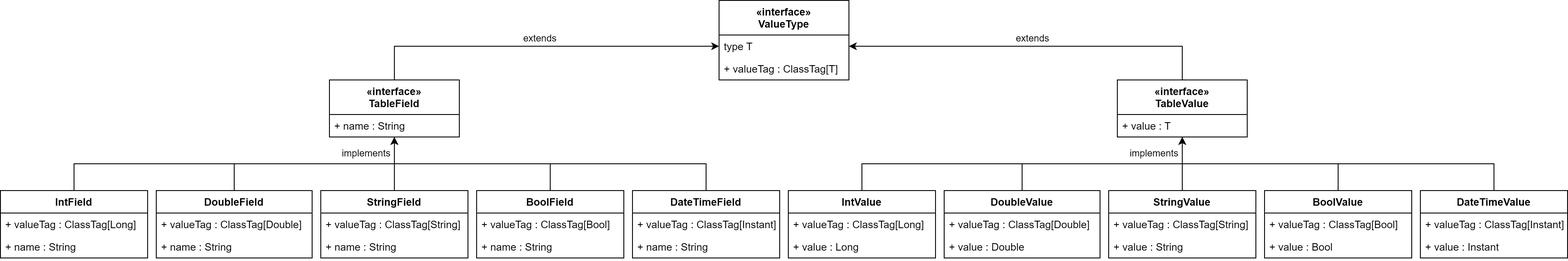
The draw.io diagram report/chapters/diagrams/implementation/type-system-hierarchy.png in oliver-little/final-year-project, before a commit. Source tidied: cells renumbered, new cells last; positions are measured from the earlier drawing's top-left corner, leaving out a move shared by most shapes.
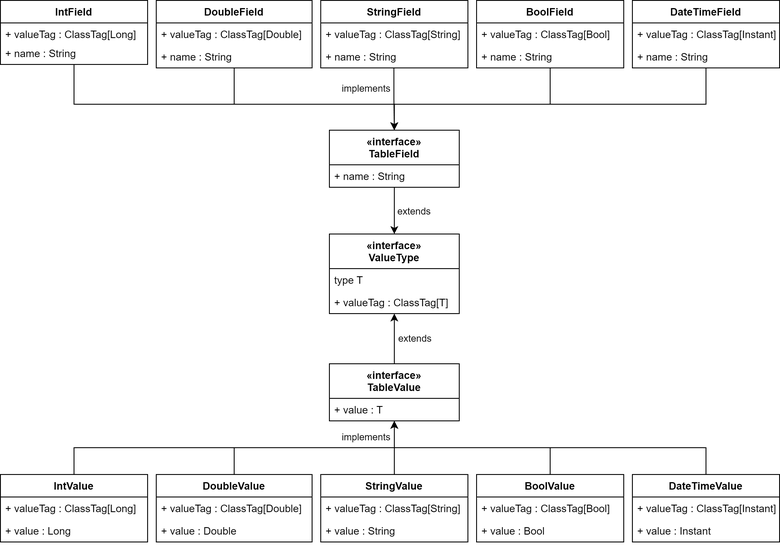
The same diagram one commit later.

Change to the diagram source:
```diff
@@ -11,20 +11,20 @@
     <mxCell id="4" value="+ valueTag : ClassTag[T]" style="text;strokeColor=none;fillColor=none;align=left;verticalAlign=top;spacingLeft=4;spacingRight=4;overflow=hidden;" parent="2" vertex="1">
       <mxGeometry y="66" width="150" height="26" as="geometry" />
     </mxCell>
-    <mxCell id="5" value="extends" style="edgeStyle=orthogonalEdgeStyle;rounded=0;jettySize=auto;html=1;exitX=0.5;exitY=0;exitDx=0;exitDy=0;labelPosition=center;verticalLabelPosition=top;align=center;verticalAlign=bottom;" parent="1" edge="1" source="6" target="3">
+    <mxCell id="5" value="extends" style="edgeStyle=orthogonalEdgeStyle;rounded=0;jettySize=auto;html=1;labelPosition=right;verticalLabelPosition=middle;align=left;verticalAlign=middle;entryX=0.5;entryY=0;entryDx=0;entryDy=0;spacing=4;" parent="1" edge="1" source="6" target="2">
       <mxGeometry relative="1" as="geometry" />
     </mxCell>
     <mxCell id="6" value="«interface»&#10;TableField" style="swimlane;fontStyle=1;horizontal=1;startSize=40;fillColor=none;" parent="1" vertex="1">
-      <mxGeometry x="380" y="92" width="150" height="66" as="geometry" />
+      <mxGeometry x="830" y="-120" width="150" height="66" as="geometry" />
     </mxCell>
     <mxCell id="7" value="+ name : String" style="text;strokeColor=none;fillColor=none;align=left;verticalAlign=top;spacingLeft=4;spacingRight=4;overflow=hidden;" parent="6" vertex="1">
       <mxGeometry y="40" width="150" height="26" as="geometry" />
     </mxCell>
-    <mxCell id="8" value="extends" style="edgeStyle=orthogonalEdgeStyle;rounded=0;jettySize=auto;html=1;exitX=0.5;exitY=0;exitDx=0;exitDy=0;entryX=1;entryY=0.5;entryDx=0;entryDy=0;labelPosition=center;verticalLabelPosition=top;align=center;verticalAlign=bottom;" parent="1" edge="1" source="9" target="3">
+    <mxCell id="8" value="extends" style="edgeStyle=orthogonalEdgeStyle;rounded=0;jettySize=auto;html=1;exitX=0.5;exitY=0;exitDx=0;exitDy=0;labelPosition=right;verticalLabelPosition=middle;align=left;verticalAlign=middle;spacing=5;" parent="1" edge="1" source="9" target="2">
       <mxGeometry relative="1" as="geometry" />
     </mxCell>
     <mxCell id="9" value="«interface»&#10;TableValue" style="swimlane;fontStyle=1;horizontal=1;startSize=40;fillColor=none;" parent="1" vertex="1">
-      <mxGeometry x="1290" y="92" width="150" height="66" as="geometry" />
+      <mxGeometry x="830" y="150" width="150" height="66" as="geometry" />
     </mxCell>
     <mxCell id="10" value="+ value : T" style="text;strokeColor=none;fillColor=none;align=left;verticalAlign=top;spacingLeft=4;spacingRight=4;overflow=hidden;" parent="9" vertex="1">
       <mxGeometry y="40" width="150" height="26" as="geometry" />
@@ -33,7 +33,7 @@
       <mxGeometry relative="1" as="geometry" />
     </mxCell>
     <mxCell id="12" value="IntValue" style="swimlane;fontStyle=1;horizontal=1;startSize=26;fillColor=none;" parent="1" vertex="1">
-      <mxGeometry x="910" y="220" width="170" height="78" as="geometry" />
+      <mxGeometry x="450" y="278" width="170" height="78" as="geometry" />
     </mxCell>
     <mxCell id="13" value="+ valueTag : ClassTag[Long]" style="text;strokeColor=none;fillColor=none;align=left;verticalAlign=top;spacingLeft=4;spacingRight=4;overflow=hidden;" parent="12" vertex="1">
       <mxGeometry y="26" width="170" height="26" as="geometry" />
@@ -45,7 +45,7 @@
       <mxGeometry relative="1" as="geometry" />
     </mxCell>
     <mxCell id="16" value="DoubleValue" style="swimlane;fontStyle=1;horizontal=1;startSize=26;fillColor=none;" parent="1" vertex="1">
-      <mxGeometry x="1090" y="220" width="180" height="78" as="geometry" />
+      <mxGeometry x="630" y="278" width="180" height="78" as="geometry" />
     </mxCell>
     <mxCell id="17" value="+ valueTag : ClassTag[Double]" style="text;strokeColor=none;fillColor=none;align=left;verticalAlign=top;spacingLeft=4;spacingRight=4;overflow=hidden;" parent="16" vertex="1">
       <mxGeometry y="26" width="180" height="26" as="geometry" />
@@ -57,7 +57,7 @@
       <mxGeometry relative="1" as="geometry" />
     </mxCell>
     <mxCell id="20" value="StringValue" style="swimlane;fontStyle=1;horizontal=1;startSize=26;fillColor=none;" parent="1" vertex="1">
-      <mxGeometry x="1280" y="220" width="170" height="78" as="geometry" />
+      <mxGeometry x="820" y="278" width="170" height="78" as="geometry" />
     </mxCell>
     <mxCell id="21" value="+ valueTag : ClassTag[String]" style="text;strokeColor=none;fillColor=none;align=left;verticalAlign=top;spacingLeft=4;spacingRight=4;overflow=hidden;" parent="20" vertex="1">
       <mxGeometry y="26" width="170" height="26" as="geometry" />
@@ -69,7 +69,7 @@
       <mxGeometry relative="1" as="geometry" />
     </mxCell>
     <mxCell id="24" value="BoolValue" style="swimlane;fontStyle=1;horizontal=1;startSize=26;fillColor=none;" parent="1" vertex="1">
-      <mxGeometry x="1460" y="220" width="170" height="78" as="geometry" />
+      <mxGeometry x="1000" y="278" width="170" height="78" as="geometry" />
     </mxCell>
     <mxCell id="25" value="+ valueTag : ClassTag[Bool]" style="text;strokeColor=none;fillColor=none;align=left;verticalAlign=top;spacingLeft=4;spacingRight=4;overflow=hidden;" parent="24" vertex="1">
       <mxGeometry y="26" width="170" height="26" as="geometry" />
@@ -81,7 +81,7 @@
       <mxGeometry relative="1" as="geometry" />
     </mxCell>
     <mxCell id="28" value="DateTimeValue" style="swimlane;fontStyle=1;horizontal=1;startSize=26;fillColor=none;" parent="1" vertex="1">
-      <mxGeometry x="1640" y="220" width="170" height="78" as="geometry" />
+      <mxGeometry x="1180" y="278" width="170" height="78" as="geometry" />
     </mxCell>
     <mxCell id="29" value="+ valueTag : ClassTag[Instant]" style="text;strokeColor=none;fillColor=none;align=left;verticalAlign=top;spacingLeft=4;spacingRight=4;overflow=hidden;" parent="28" vertex="1">
       <mxGeometry y="26" width="170" height="26" as="geometry" />
@@ -89,23 +89,33 @@
     <mxCell id="30" value="+ value : Instant" style="text;strokeColor=none;fillColor=none;align=left;verticalAlign=top;spacingLeft=4;spacingRight=4;overflow=hidden;" parent="28" vertex="1">
       <mxGeometry y="52" width="170" height="26" as="geometry" />
     </mxCell>
-    <mxCell id="31" style="edgeStyle=orthogonalEdgeStyle;rounded=0;jettySize=auto;html=1;exitX=0.5;exitY=0;exitDx=0;exitDy=0;" parent="1" edge="1" source="32" target="6">
-      <mxGeometry relative="1" as="geometry" />
+    <mxCell id="31" style="edgeStyle=orthogonalEdgeStyle;rounded=0;jettySize=auto;html=1;entryX=0.5;entryY=0;entryDx=0;entryDy=0;" parent="1" edge="1" source="32" target="6">
+      <mxGeometry relative="1" as="geometry">
+        <Array as="points">
+          <mxPoint x="535" y="-150" />
+          <mxPoint x="905" y="-150" />
+        </Array>
+      </mxGeometry>
     </mxCell>
     <mxCell id="32" value="IntField" style="swimlane;fontStyle=1;horizontal=1;startSize=26;fillColor=none;" parent="1" vertex="1">
-      <mxGeometry y="220" width="170" height="78" as="geometry" />
+      <mxGeometry x="450" y="-270" width="170" height="74" as="geometry" />
     </mxCell>
     <mxCell id="33" value="+ valueTag : ClassTag[Long]" style="text;strokeColor=none;fillColor=none;align=left;verticalAlign=top;spacingLeft=4;spacingRight=4;overflow=hidden;" parent="32" vertex="1">
-      <mxGeometry y="26" width="170" height="26" as="geometry" />
+      <mxGeometry y="26" width="170" height="22" as="geometry" />
     </mxCell>
     <mxCell id="34" value="+ name : String" style="text;strokeColor=none;fillColor=none;align=left;verticalAlign=top;spacingLeft=4;spacingRight=4;overflow=hidden;" parent="32" vertex="1">
-      <mxGeometry y="52" width="170" height="26" as="geometry" />
+      <mxGeometry y="48" width="170" height="26" as="geometry" />
     </mxCell>
-    <mxCell id="35" style="edgeStyle=orthogonalEdgeStyle;rounded=0;jettySize=auto;html=1;exitX=0.5;exitY=0;exitDx=0;exitDy=0;" parent="1" edge="1" source="36" target="6">
-      <mxGeometry relative="1" as="geometry" />
+    <mxCell id="35" style="edgeStyle=orthogonalEdgeStyle;rounded=0;jettySize=auto;html=1;entryX=0.5;entryY=0;entryDx=0;entryDy=0;" parent="1" edge="1" source="36" target="6">
+      <mxGeometry relative="1" as="geometry">
+        <Array as="points">
+          <mxPoint x="720" y="-150" />
+          <mxPoint x="905" y="-150" />
+        </Array>
+      </mxGeometry>
     </mxCell>
     <mxCell id="36" value="DoubleField" style="swimlane;fontStyle=1;horizontal=1;startSize=26;fillColor=none;" parent="1" vertex="1">
-      <mxGeometry x="180" y="220" width="180" height="78" as="geometry" />
+      <mxGeometry x="630" y="-270" width="180" height="78" as="geometry" />
     </mxCell>
     <mxCell id="37" value="+ valueTag : ClassTag[Double]" style="text;strokeColor=none;fillColor=none;align=left;verticalAlign=top;spacingLeft=4;spacingRight=4;overflow=hidden;" parent="36" vertex="1">
       <mxGeometry y="26" width="180" height="26" as="geometry" />
@@ -113,11 +123,11 @@
     <mxCell id="38" value="+ name : String" style="text;strokeColor=none;fillColor=none;align=left;verticalAlign=top;spacingLeft=4;spacingRight=4;overflow=hidden;" parent="36" vertex="1">
       <mxGeometry y="52" width="180" height="26" as="geometry" />
     </mxCell>
-    <mxCell id="39" value="implements" style="edgeStyle=orthogonalEdgeStyle;rounded=0;jettySize=auto;html=1;exitX=0.5;exitY=0;exitDx=0;exitDy=0;labelPosition=left;verticalLabelPosition=top;align=right;verticalAlign=bottom;spacing=5;" parent="1" edge="1" source="40" target="6">
+    <mxCell id="39" value="implements" style="edgeStyle=orthogonalEdgeStyle;rounded=0;jettySize=auto;html=1;exitX=0.497;exitY=1.015;exitDx=0;exitDy=0;labelPosition=left;verticalLabelPosition=top;align=right;verticalAlign=bottom;spacing=5;exitPerimeter=0;" parent="1" edge="1" source="42" target="6">
       <mxGeometry relative="1" as="geometry" />
     </mxCell>
     <mxCell id="40" value="StringField" style="swimlane;fontStyle=1;horizontal=1;startSize=26;fillColor=none;" parent="1" vertex="1">
-      <mxGeometry x="370" y="220" width="170" height="78" as="geometry" />
+      <mxGeometry x="820" y="-270" width="170" height="78" as="geometry" />
     </mxCell>
     <mxCell id="41" value="+ valueTag : ClassTag[String]" style="text;strokeColor=none;fillColor=none;align=left;verticalAlign=top;spacingLeft=4;spacingRight=4;overflow=hidden;" parent="40" vertex="1">
       <mxGeometry y="26" width="170" height="26" as="geometry" />
@@ -125,11 +135,16 @@
     <mxCell id="42" value="+ name : String" style="text;strokeColor=none;fillColor=none;align=left;verticalAlign=top;spacingLeft=4;spacingRight=4;overflow=hidden;points=[[0,0.5],[1,0.5]];portConstraint=eastwest;" parent="40" vertex="1">
       <mxGeometry y="52" width="170" height="26" as="geometry" />
     </mxCell>
-    <mxCell id="43" style="edgeStyle=orthogonalEdgeStyle;rounded=0;jettySize=auto;html=1;exitX=0.5;exitY=0;exitDx=0;exitDy=0;" parent="1" edge="1" source="44" target="6">
-      <mxGeometry relative="1" as="geometry" />
+    <mxCell id="43" style="edgeStyle=orthogonalEdgeStyle;rounded=0;jettySize=auto;html=1;entryX=0.5;entryY=0;entryDx=0;entryDy=0;" parent="1" edge="1" source="44" target="6">
+      <mxGeometry relative="1" as="geometry">
+        <Array as="points">
+          <mxPoint x="1085" y="-150" />
+          <mxPoint x="905" y="-150" />
+        </Array>
+      </mxGeometry>
     </mxCell>
     <mxCell id="44" value="BoolField" style="swimlane;fontStyle=1;horizontal=1;startSize=26;fillColor=none;" parent="1" vertex="1">
-      <mxGeometry x="550" y="220" width="170" height="78" as="geometry" />
+      <mxGeometry x="1000" y="-270" width="170" height="78" as="geometry" />
     </mxCell>
     <mxCell id="45" value="+ valueTag : ClassTag[Bool]" style="text;strokeColor=none;fillColor=none;align=left;verticalAlign=top;spacingLeft=4;spacingRight=4;overflow=hidden;" parent="44" vertex="1">
       <mxGeometry y="26" width="170" height="26" as="geometry" />
@@ -137,11 +152,16 @@
     <mxCell id="46" value="+ name : String" style="text;strokeColor=none;fillColor=none;align=left;verticalAlign=top;spacingLeft=4;spacingRight=4;overflow=hidden;" parent="44" vertex="1">
       <mxGeometry y="52" width="170" height="26" as="geometry" />
     </mxCell>
-    <mxCell id="47" style="edgeStyle=orthogonalEdgeStyle;rounded=0;jettySize=auto;html=1;exitX=0.5;exitY=0;exitDx=0;exitDy=0;" parent="1" edge="1" source="48" target="6">
-      <mxGeometry relative="1" as="geometry" />
+    <mxCell id="47" style="edgeStyle=orthogonalEdgeStyle;rounded=0;jettySize=auto;html=1;entryX=0.5;entryY=0;entryDx=0;entryDy=0;" parent="1" edge="1" source="48" target="6">
+      <mxGeometry relative="1" as="geometry">
+        <Array as="points">
+          <mxPoint x="1265" y="-150" />
+          <mxPoint x="905" y="-150" />
+        </Array>
+      </mxGeometry>
     </mxCell>
     <mxCell id="48" value="DateTimeField" style="swimlane;fontStyle=1;horizontal=1;startSize=26;fillColor=none;" parent="1" vertex="1">
-      <mxGeometry x="730" y="220" width="170" height="78" as="geometry" />
+      <mxGeometry x="1180" y="-270" width="170" height="78" as="geometry" />
     </mxCell>
     <mxCell id="49" value="+ valueTag : ClassTag[Instant]" style="text;strokeColor=none;fillColor=none;align=left;verticalAlign=top;spacingLeft=4;spacingRight=4;overflow=hidden;" parent="48" vertex="1">
       <mxGeometry y="26" width="170" height="26" as="geometry" />
```
